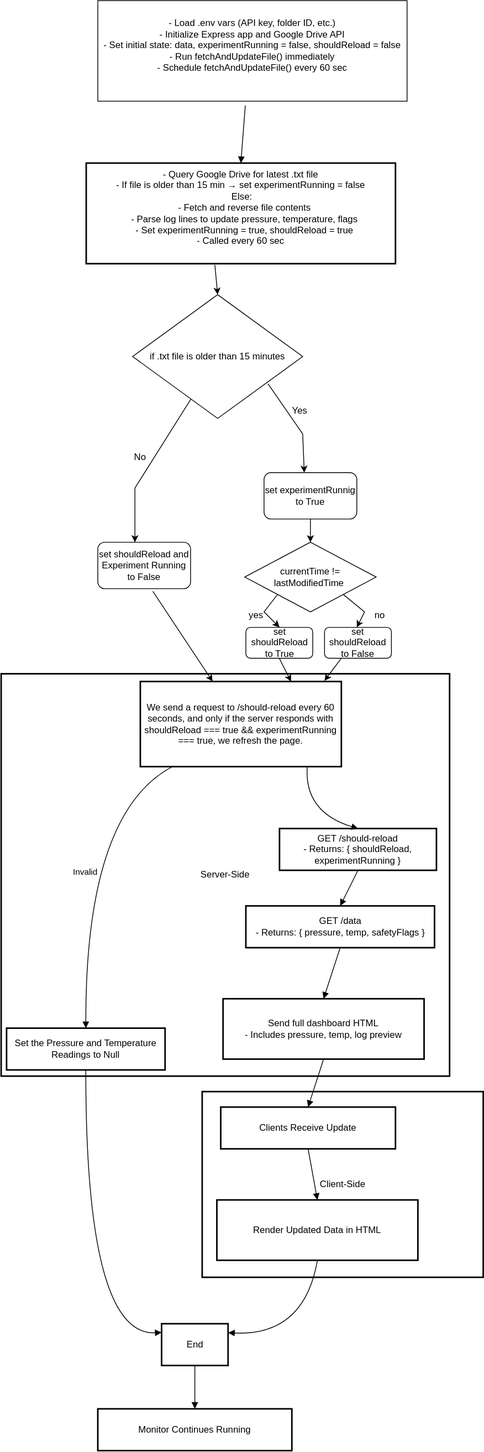
uw-loci/EBEAM_webmonitor keeps this draw.io diagram as webmonitorFlowchart.drawio.svg. Above is the earlier version. Source tidied: cells renumbered, new cells last; positions are measured from the earlier drawing's top-left corner, leaving out a move shared by most shapes. Source of this version:
```xml
<mxGraphModel>
  <root>
    <mxCell id="0" />
    <mxCell id="1" parent="0" />
    <mxCell id="2" value="Server-Side" style="whiteSpace=wrap;strokeWidth=2;" parent="1" vertex="1">
      <mxGeometry y="870" width="580" height="520" as="geometry" />
    </mxCell>
    <mxCell id="3" value="Client-Side" style="whiteSpace=wrap;strokeWidth=2;" parent="1" vertex="1">
      <mxGeometry x="260" y="1410" width="363.5" height="240" as="geometry" />
    </mxCell>
    <mxCell id="4" value="- Query Google Drive for latest .txt file&#10;- If file is older than 15 min → set experimentRunning = false&#10; Else:&#10;   - Fetch and reverse file contents&#10;   - Parse log lines to update pressure, temperature, flags&#10;   - Set experimentRunning = true, shouldReload = true&#10;- Called every 60 sec&#10;" style="whiteSpace=wrap;strokeWidth=2;" parent="1" vertex="1">
      <mxGeometry x="110" y="210" width="400" height="130" as="geometry" />
    </mxCell>
    <mxCell id="5" value="We send a request to /should-reload every 60 seconds, and only if the server responds with shouldReload === true &amp;&amp; experimentRunning === true, we refresh the page." style="whiteSpace=wrap;strokeWidth=2;" parent="1" vertex="1">
      <mxGeometry x="180" y="880" width="260" height="110" as="geometry" />
    </mxCell>
    <mxCell id="6" value="&#10;GET /should-reload&#10;- Returns: { shouldReload, experimentRunning }&#10;" style="whiteSpace=wrap;strokeWidth=2;" parent="1" vertex="1">
      <mxGeometry x="360" y="1070" width="203" height="54" as="geometry" />
    </mxCell>
    <mxCell id="7" value="Set the Pressure and Temperature Readings to Null" style="whiteSpace=wrap;strokeWidth=2;" parent="1" vertex="1">
      <mxGeometry x="7" y="1328" width="205" height="54" as="geometry" />
    </mxCell>
    <mxCell id="8" value="&#10;GET /data&#10;- Returns: { pressure, temp, safetyFlags }&#10;" style="whiteSpace=wrap;strokeWidth=2;" parent="1" vertex="1">
      <mxGeometry x="316.5" y="1170" width="244" height="54" as="geometry" />
    </mxCell>
    <mxCell id="9" value="Send full dashboard HTML&#10;- Includes pressure, temp, log preview" style="whiteSpace=wrap;strokeWidth=2;" parent="1" vertex="1">
      <mxGeometry x="287" y="1290" width="260" height="78" as="geometry" />
    </mxCell>
    <mxCell id="10" value="Clients Receive Update" style="whiteSpace=wrap;strokeWidth=2;" parent="1" vertex="1">
      <mxGeometry x="284" y="1430" width="226" height="54" as="geometry" />
    </mxCell>
    <mxCell id="11" value="Render Updated Data in HTML" style="whiteSpace=wrap;strokeWidth=2;" parent="1" vertex="1">
      <mxGeometry x="279" y="1550" width="260" height="78" as="geometry" />
    </mxCell>
    <mxCell id="12" value="End" style="whiteSpace=wrap;strokeWidth=2;" parent="1" vertex="1">
      <mxGeometry x="207.5" y="1710" width="86" height="54" as="geometry" />
    </mxCell>
    <mxCell id="13" value="Monitor Continues Running" style="whiteSpace=wrap;strokeWidth=2;" parent="1" vertex="1">
      <mxGeometry x="125" y="1820" width="251" height="54" as="geometry" />
    </mxCell>
    <mxCell id="14" style="curved=1;startArrow=none;endArrow=block;exitX=0.477;exitY=1.043;entryX=0.5;entryY=0;exitDx=0;exitDy=0;exitPerimeter=0;" parent="1" edge="1" source="24" target="4">
      <mxGeometry relative="1" as="geometry" />
    </mxCell>
    <mxCell id="15" style="curved=1;startArrow=none;endArrow=block;exitX=0.83;exitY=1;entryX=0.5;entryY=-0.01;" parent="1" edge="1" source="5" target="6">
      <mxGeometry relative="1" as="geometry">
        <Array as="points">
          <mxPoint x="392" y="1049" />
        </Array>
      </mxGeometry>
    </mxCell>
    <mxCell id="16" value="Invalid" style="curved=1;startArrow=none;endArrow=block;exitX=0.16;exitY=1;entryX=0.5;entryY=0;" parent="1" edge="1" source="5" target="7">
      <mxGeometry relative="1" as="geometry">
        <Array as="points">
          <mxPoint x="109" y="1049" />
        </Array>
      </mxGeometry>
    </mxCell>
    <mxCell id="17" style="curved=1;startArrow=none;endArrow=block;exitX=0.5;exitY=0.99;entryX=0.5;entryY=0;" parent="1" edge="1" source="6" target="8">
      <mxGeometry relative="1" as="geometry" />
    </mxCell>
    <mxCell id="18" style="curved=1;startArrow=none;endArrow=block;exitX=0.5;exitY=1;entryX=0.5;entryY=0;" parent="1" edge="1" source="8" target="9">
      <mxGeometry relative="1" as="geometry" />
    </mxCell>
    <mxCell id="19" style="curved=1;startArrow=none;endArrow=block;exitX=0.5;exitY=1;entryX=0.5;entryY=0;" parent="1" edge="1" source="9" target="10">
      <mxGeometry relative="1" as="geometry" />
    </mxCell>
    <mxCell id="20" style="curved=1;startArrow=none;endArrow=block;exitX=0.5;exitY=1;entryX=0.5;entryY=0;" parent="1" edge="1" source="10" target="11">
      <mxGeometry relative="1" as="geometry" />
    </mxCell>
    <mxCell id="21" style="curved=1;startArrow=none;endArrow=block;exitX=0.5;exitY=1;entryX=0;entryY=0.21;" parent="1" edge="1" source="7" target="12">
      <mxGeometry relative="1" as="geometry">
        <Array as="points">
          <mxPoint x="109" y="1726" />
        </Array>
      </mxGeometry>
    </mxCell>
    <mxCell id="22" style="curved=1;startArrow=none;endArrow=block;exitX=0.5;exitY=1;entryX=1.01;entryY=0.21;" parent="1" edge="1" source="11" target="12">
      <mxGeometry relative="1" as="geometry">
        <Array as="points">
          <mxPoint x="392" y="1726" />
        </Array>
      </mxGeometry>
    </mxCell>
    <mxCell id="23" style="curved=1;startArrow=none;endArrow=block;exitX=0.5;exitY=1;entryX=0.5;entryY=0;" parent="1" edge="1" source="12" target="13">
      <mxGeometry relative="1" as="geometry" />
    </mxCell>
    <mxCell id="24" value="&lt;div&gt;- Load .env vars (API key, folder ID, etc.)&lt;/div&gt;&lt;div&gt;- Initialize Express app and Google Drive API&lt;/div&gt;&lt;div&gt;- Set initial state: data, experimentRunning = false, shouldReload = false&lt;/div&gt;&lt;div&gt;- Run fetchAndUpdateFile() immediately&lt;/div&gt;&lt;div&gt;- Schedule fetchAndUpdateFile() every 60 sec&lt;/div&gt;&lt;div&gt;&lt;br&gt;&lt;/div&gt;" style="rounded=0;whiteSpace=wrap;html=1;" parent="1" vertex="1">
      <mxGeometry x="125" width="400" height="130" as="geometry" />
    </mxCell>
    <mxCell id="25" value="if .txt file is older than 15 minutes" style="rhombus;whiteSpace=wrap;html=1;" parent="1" vertex="1">
      <mxGeometry x="170" y="380" width="220" height="160" as="geometry" />
    </mxCell>
    <mxCell id="26" style="endArrow=classic;html=1;rounded=0;" parent="1" edge="1" source="25">
      <mxGeometry relative="1" as="geometry">
        <mxPoint x="173" y="700" as="targetPoint" />
        <Array as="points">
          <mxPoint x="173" y="630" />
        </Array>
      </mxGeometry>
    </mxCell>
    <mxCell id="27" style="endArrow=classic;html=1;rounded=0;exitX=0.796;exitY=0.72;exitDx=0;exitDy=0;exitPerimeter=0;" parent="1" edge="1" source="25">
      <mxGeometry relative="1" as="geometry">
        <mxPoint x="392" y="610" as="targetPoint" />
        <Array as="points">
          <mxPoint x="390" y="560" />
        </Array>
      </mxGeometry>
    </mxCell>
    <mxCell id="28" value="set shouldReload and Experiment Running to False" style="rounded=1;whiteSpace=wrap;html=1;" parent="1" vertex="1">
      <mxGeometry x="125" y="700" width="120" height="60" as="geometry" />
    </mxCell>
    <mxCell id="29" value="set experimentRunnig to True" style="rounded=1;whiteSpace=wrap;html=1;" parent="1" vertex="1">
      <mxGeometry x="340" y="610" width="120" height="60" as="geometry" />
    </mxCell>
    <mxCell id="30" style="endArrow=classic;html=1;rounded=0;exitX=0.593;exitY=1.056;exitDx=0;exitDy=0;exitPerimeter=0;" parent="1" edge="1" source="28" target="5">
      <mxGeometry relative="1" as="geometry" />
    </mxCell>
    <mxCell id="31" value="Yes" style="text;html=1;align=center;verticalAlign=middle;whiteSpace=wrap;rounded=0;" parent="1" vertex="1">
      <mxGeometry x="331.5" y="500" width="108.5" height="60" as="geometry" />
    </mxCell>
    <mxCell id="32" value="No" style="text;html=1;align=center;verticalAlign=middle;whiteSpace=wrap;rounded=0;" parent="1" vertex="1">
      <mxGeometry x="110" y="560" width="140" height="60" as="geometry" />
    </mxCell>
    <mxCell id="33" style="endArrow=classic;html=1;rounded=0;entryX=0.5;entryY=0;entryDx=0;entryDy=0;exitX=0.416;exitY=1.012;exitDx=0;exitDy=0;exitPerimeter=0;" parent="1" edge="1" source="4" target="25">
      <mxGeometry relative="1" as="geometry" />
    </mxCell>
    <mxCell id="34" value="currentTime != lastModifiedTime&amp;nbsp;" style="rhombus;whiteSpace=wrap;html=1;" parent="1" vertex="1">
      <mxGeometry x="315" y="700" width="170" height="90" as="geometry" />
    </mxCell>
    <mxCell id="35" style="endArrow=classic;html=1;rounded=0;exitX=0;exitY=1;exitDx=0;exitDy=0;entryX=1;entryY=1;entryDx=0;entryDy=0;" parent="1" edge="1" source="34" target="38">
      <mxGeometry relative="1" as="geometry">
        <Array as="points">
          <mxPoint x="340" y="790" />
        </Array>
      </mxGeometry>
    </mxCell>
    <mxCell id="36" style="endArrow=classic;html=1;rounded=0;exitX=1;exitY=1;exitDx=0;exitDy=0;entryX=0;entryY=1;entryDx=0;entryDy=0;" parent="1" edge="1" source="34" target="39">
      <mxGeometry relative="1" as="geometry">
        <Array as="points">
          <mxPoint x="470" y="790" />
        </Array>
      </mxGeometry>
    </mxCell>
    <mxCell id="37" style="endArrow=classic;html=1;rounded=0;exitX=0.5;exitY=1;exitDx=0;exitDy=0;" parent="1" edge="1" source="29">
      <mxGeometry relative="1" as="geometry">
        <mxPoint x="400" y="700" as="targetPoint" />
      </mxGeometry>
    </mxCell>
    <mxCell id="38" value="yes" style="text;html=1;align=center;verticalAlign=middle;whiteSpace=wrap;rounded=0;" parent="1" vertex="1">
      <mxGeometry x="300" y="780" width="60" height="30" as="geometry" />
    </mxCell>
    <mxCell id="39" value="no" style="text;html=1;align=center;verticalAlign=middle;whiteSpace=wrap;rounded=0;" parent="1" vertex="1">
      <mxGeometry x="460" y="780" width="60" height="30" as="geometry" />
    </mxCell>
    <mxCell id="40" value="set shouldReload to True" style="rounded=1;whiteSpace=wrap;html=1;" parent="1" vertex="1">
      <mxGeometry x="316.5" y="810" width="86.5" height="40" as="geometry" />
    </mxCell>
    <mxCell id="41" value="set shouldReload to False" style="rounded=1;whiteSpace=wrap;html=1;" parent="1" vertex="1">
      <mxGeometry x="418.2" y="810" width="86.5" height="40" as="geometry" />
    </mxCell>
    <mxCell id="42" style="endArrow=classic;html=1;rounded=0;exitX=0.5;exitY=1;exitDx=0;exitDy=0;entryX=0.75;entryY=0;entryDx=0;entryDy=0;" parent="1" edge="1" source="40" target="5">
      <mxGeometry relative="1" as="geometry" />
    </mxCell>
    <mxCell id="43" style="endArrow=classic;html=1;rounded=0;entryX=0.916;entryY=-0.009;entryDx=0;entryDy=0;entryPerimeter=0;exitX=0.25;exitY=1;exitDx=0;exitDy=0;" parent="1" edge="1" source="41" target="5">
      <mxGeometry relative="1" as="geometry" />
    </mxCell>
  </root>
</mxGraphModel>
```
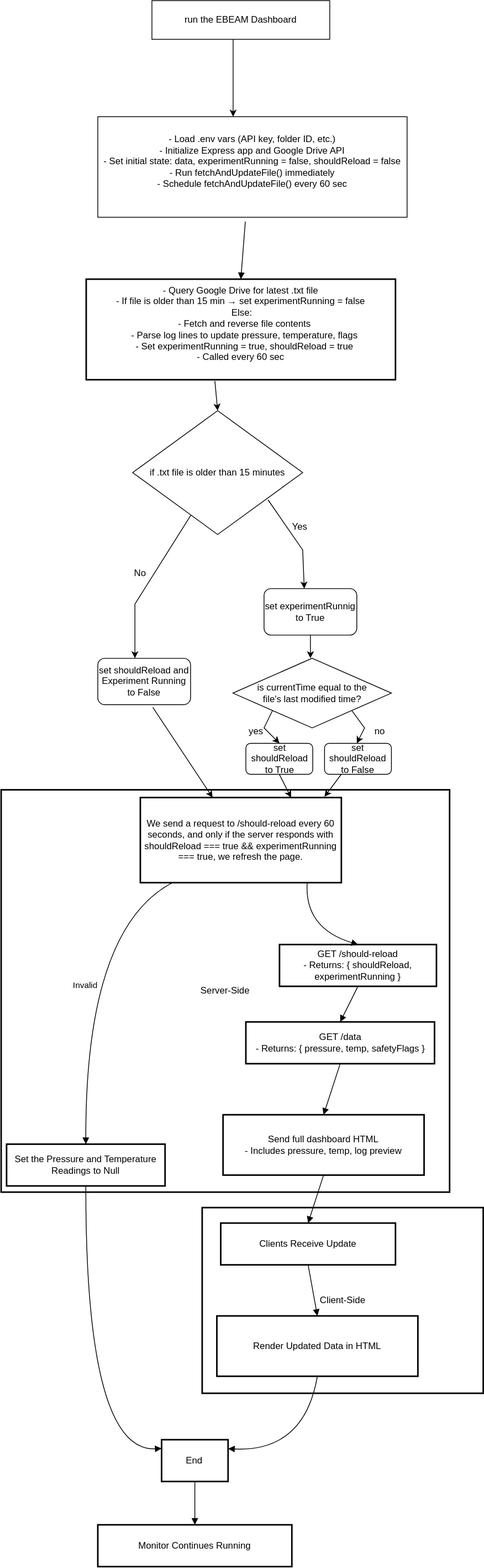
Above is the later version.

What changed in the source:
```diff
@@ -124,8 +124,8 @@
     <mxCell id="33" style="endArrow=classic;html=1;rounded=0;entryX=0.5;entryY=0;entryDx=0;entryDy=0;exitX=0.416;exitY=1.012;exitDx=0;exitDy=0;exitPerimeter=0;" parent="1" edge="1" source="4" target="25">
       <mxGeometry relative="1" as="geometry" />
     </mxCell>
-    <mxCell id="34" value="currentTime != lastModifiedTime&amp;nbsp;" style="rhombus;whiteSpace=wrap;html=1;" parent="1" vertex="1">
-      <mxGeometry x="315" y="700" width="170" height="90" as="geometry" />
+    <mxCell id="34" value="is currentTime equal to the&lt;div&gt;file's last modified time?&lt;/div&gt;" style="rhombus;whiteSpace=wrap;html=1;" parent="1" vertex="1">
+      <mxGeometry x="299.8" y="700" width="205" height="90" as="geometry" />
     </mxCell>
     <mxCell id="35" style="endArrow=classic;html=1;rounded=0;exitX=0;exitY=1;exitDx=0;exitDy=0;entryX=1;entryY=1;entryDx=0;entryDy=0;" parent="1" edge="1" source="34" target="38">
       <mxGeometry relative="1" as="geometry">
@@ -164,5 +164,14 @@
     <mxCell id="43" style="endArrow=classic;html=1;rounded=0;entryX=0.916;entryY=-0.009;entryDx=0;entryDy=0;entryPerimeter=0;exitX=0.25;exitY=1;exitDx=0;exitDy=0;" parent="1" edge="1" source="41" target="5">
       <mxGeometry relative="1" as="geometry" />
     </mxCell>
+    <mxCell id="44" value="run the EBEAM Dashboard" style="rounded=0;whiteSpace=wrap;html=1;" parent="1" vertex="1">
+      <mxGeometry x="195" y="-150" width="230" height="50" as="geometry" />
+    </mxCell>
+    <mxCell id="45" style="endArrow=classic;html=1;rounded=0;" parent="1" edge="1">
+      <mxGeometry relative="1" as="geometry">
+        <mxPoint x="300" y="-100" as="sourcePoint" />
+        <mxPoint x="300" as="targetPoint" />
+      </mxGeometry>
+    </mxCell>
   </root>
 </mxGraphModel>
```
